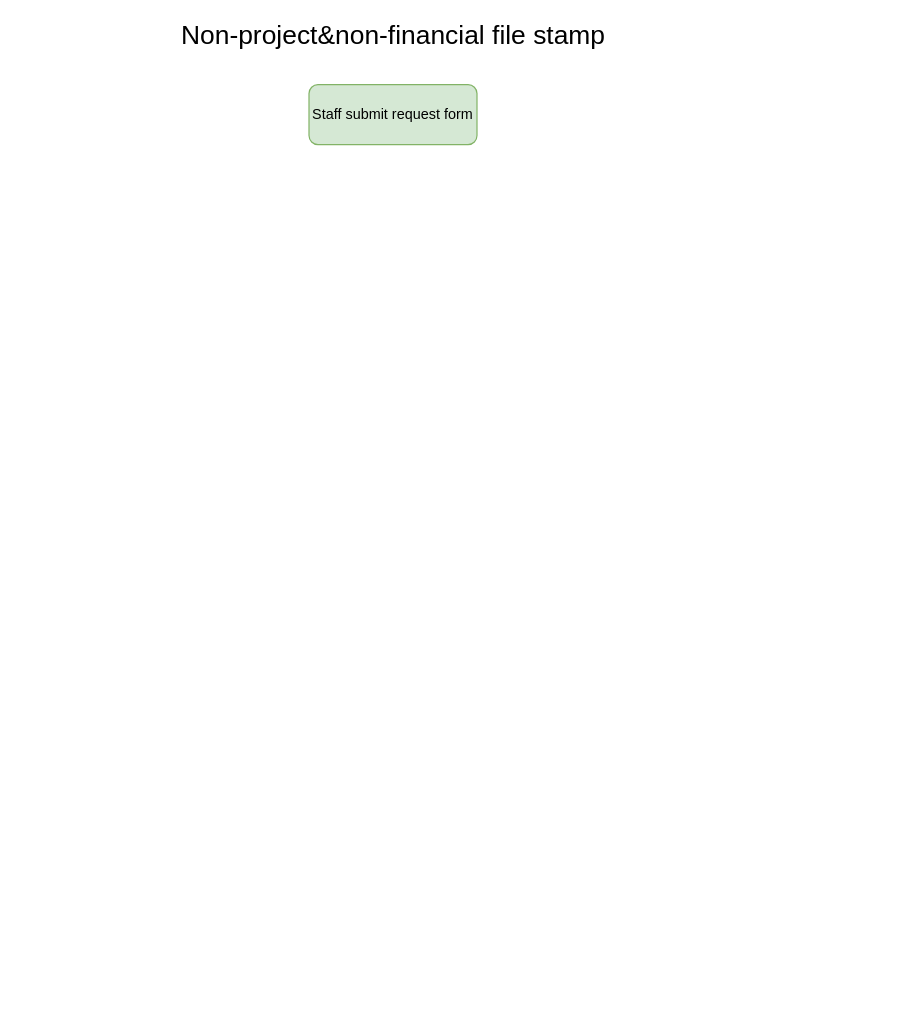
Above: page "Page-2" (2 of 2) of Untitled Diagram.drawio in ruibei/greenpeace_datahub (draw.io), before the change. Source tidied: cells renumbered, new cells numbered last; positions are measured from the earlier drawing's top-left corner, leaving out a move shared by most shapes. Both pictures are drawn from the tidied source at 120%, with x=0, y=0 at pixel (170, 24).
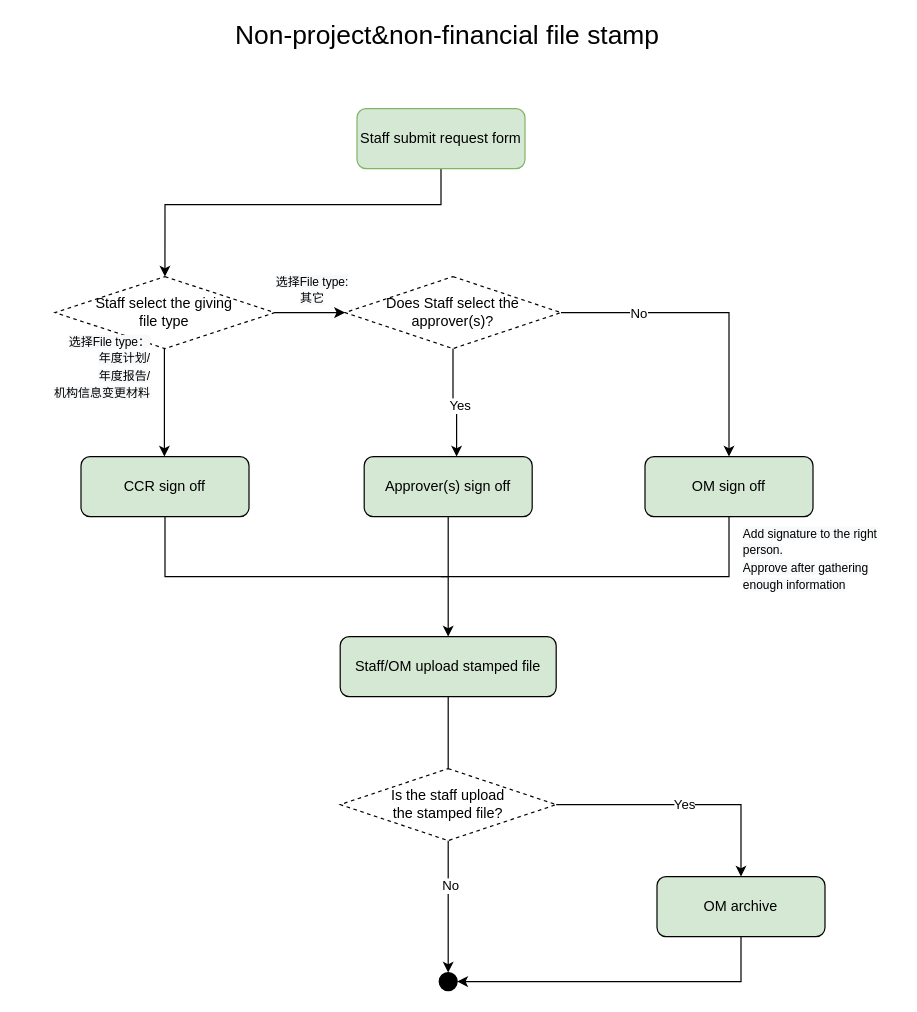
The same page after the edit.

The edit, as a diff of the source:
```diff
@@
+    <mxCell id="4" style="edgeStyle=orthogonalEdgeStyle;rounded=0;jettySize=auto;html=1;exitX=0.5;exitY=1;exitDx=0;exitDy=0;entryX=0.5;entryY=0;entryDx=0;entryDy=0;" parent="1" edge="1" source="2" target="6">
+      <mxGeometry relative="1" as="geometry">
+        <Array as="points">
+          <mxPoint x="225" y="150" />
+          <mxPoint x="-5" y="150" />
+        </Array>
+      </mxGeometry>
+    </mxCell>
-    <mxCell id="2" value="Staff submit request form" style="rounded=1;whiteSpace=wrap;html=1;fillColor=#d5e8d4;strokeColor=#82b366;" parent="1" vertex="1">
-      <mxGeometry x="115" y="50" width="140" height="50" as="geometry" />
+    <mxCell id="2" value="Staff submit request form" style="rounded=1;whiteSpace=wrap;html=1;strokeColor=#82b366;fillColor=#D5E8D4;" parent="1" vertex="1">
+      <mxGeometry x="155" y="70" width="140" height="50" as="geometry" />
     </mxCell>
     <mxCell id="3" value="&lt;font style=&quot;font-size: 22px&quot;&gt;Non-project&amp;amp;non-financial file stamp&lt;/font&gt;" style="text;html=1;align=center;verticalAlign=middle;" parent="1" vertex="1">
-      <mxGeometry width="370" height="20" as="geometry" />
+      <mxGeometry x="45" width="370" height="20" as="geometry" />
     </mxCell>
+    <mxCell id="5" style="edgeStyle=orthogonalEdgeStyle;rounded=0;jettySize=auto;html=1;exitX=1;exitY=0.5;exitDx=0;exitDy=0;entryX=0;entryY=0.5;entryDx=0;entryDy=0;" parent="1" edge="1" source="6" target="15">
+      <mxGeometry relative="1" as="geometry" />
+    </mxCell>
+    <mxCell id="6" value="Staff select the giving&lt;br&gt;file type" style="rhombus;whiteSpace=wrap;html=1;dashed=1;" parent="1" vertex="1">
+      <mxGeometry x="-96.6" y="210" width="183.1" height="60" as="geometry" />
+    </mxCell>
+    <mxCell id="7" style="edgeStyle=orthogonalEdgeStyle;rounded=0;jettySize=auto;html=1;exitX=0.5;exitY=1;exitDx=0;exitDy=0;endArrow=none;endFill=0;" parent="1" edge="1" source="8">
+      <mxGeometry relative="1" as="geometry">
+        <mxPoint x="231" y="460" as="targetPoint" />
+        <Array as="points">
+          <mxPoint x="-5" y="460" />
+          <mxPoint x="231" y="460" />
+        </Array>
+      </mxGeometry>
+    </mxCell>
+    <mxCell id="8" value="CCR sign off" style="rounded=1;whiteSpace=wrap;html=1;fillColor=#D5E8D4;" parent="1" vertex="1">
+      <mxGeometry x="-75" y="360" width="140" height="50" as="geometry" />
+    </mxCell>
+    <mxCell id="9" style="edgeStyle=orthogonalEdgeStyle;rounded=0;jettySize=auto;html=1;entryX=0.5;entryY=0;entryDx=0;entryDy=0;" parent="1" edge="1" source="6">
+      <mxGeometry relative="1" as="geometry">
+        <mxPoint x="-5.5" y="360" as="targetPoint" />
+        <Array as="points">
+          <mxPoint x="-5" y="330" />
+        </Array>
+      </mxGeometry>
+    </mxCell>
+    <mxCell id="10" value="&lt;font style=&quot;color: rgb(0 , 0 , 0) ; font-family: &amp;#34;helvetica&amp;#34; ; font-size: 10px ; font-style: normal ; font-weight: 400 ; letter-spacing: normal ; text-indent: 0px ; text-transform: none ; word-spacing: 0px ; background-color: rgb(248 , 249 , 250)&quot;&gt;&lt;span id=&quot;docs-internal-guid-22205865-7fff-2ee9-adea-ba8428dde3e2&quot;&gt;&lt;span style=&quot;font-family: &amp;#34;arial&amp;#34; ; background-color: transparent ; vertical-align: baseline&quot;&gt;选择File type：&lt;br&gt;年度计划/&lt;br&gt;&lt;/span&gt;&lt;/span&gt;&lt;span id=&quot;docs-internal-guid-65e5a0f3-7fff-025f-27c8-fa48c7ccdabe&quot;&gt;&lt;span style=&quot;font-family: &amp;#34;arial&amp;#34; ; background-color: transparent ; vertical-align: baseline&quot;&gt;年度报告/&lt;br&gt;&lt;/span&gt;&lt;/span&gt;&lt;/font&gt;&lt;span id=&quot;docs-internal-guid-cd5fa783-7fff-c95f-9ea7-04251da108fa&quot; style=&quot;color: rgb(0 , 0 , 0) ; font-family: &amp;#34;helvetica&amp;#34; ; font-size: 10px ; font-style: normal ; font-weight: 400 ; letter-spacing: normal ; text-indent: 0px ; text-transform: none ; word-spacing: 0px ; background-color: rgb(248 , 249 , 250)&quot;&gt;&lt;span style=&quot;font-family: &amp;#34;arial&amp;#34; ; background-color: transparent ; vertical-align: baseline&quot;&gt;机构信息变更材料&lt;/span&gt;&lt;/span&gt;" style="text;whiteSpace=wrap;html=1;align=right;" parent="1" vertex="1">
+      <mxGeometry x="-125" y="250" width="110" height="70" as="geometry" />
+    </mxCell>
+    <mxCell id="11" style="edgeStyle=orthogonalEdgeStyle;rounded=0;jettySize=auto;html=1;exitX=0.5;exitY=1;exitDx=0;exitDy=0;entryX=0.55;entryY=0;entryDx=0;entryDy=0;entryPerimeter=0;" parent="1" edge="1" source="15" target="18">
+      <mxGeometry relative="1" as="geometry" />
+    </mxCell>
+    <mxCell id="12" value="Yes" style="edgeLabel;html=1;align=center;verticalAlign=middle;" parent="11" vertex="1">
+      <mxGeometry x="0.07" y="2" relative="1" as="geometry" />
+    </mxCell>
+    <mxCell id="13" style="edgeStyle=orthogonalEdgeStyle;rounded=0;jettySize=auto;html=1;entryX=0.5;entryY=0;entryDx=0;entryDy=0;" parent="1" edge="1" source="15" target="20">
+      <mxGeometry relative="1" as="geometry" />
+    </mxCell>
+    <mxCell id="14" value="No" style="edgeLabel;html=1;align=center;verticalAlign=middle;" parent="13" vertex="1">
+      <mxGeometry x="-0.51" relative="1" as="geometry" />
+    </mxCell>
+    <mxCell id="15" value="Does Staff select the&lt;br&gt;approver(s)?" style="rhombus;whiteSpace=wrap;html=1;dashed=1;" parent="1" vertex="1">
+      <mxGeometry x="145" y="210" width="180" height="60" as="geometry" />
+    </mxCell>
+    <mxCell id="16" value="&lt;font style=&quot;color: rgb(0 , 0 , 0) ; font-family: &amp;quot;helvetica&amp;quot; ; font-size: 10px ; font-style: normal ; font-weight: 400 ; letter-spacing: normal ; text-indent: 0px ; text-transform: none ; word-spacing: 0px ; background-color: rgb(248 , 249 , 250)&quot;&gt;&lt;span id=&quot;docs-internal-guid-22205865-7fff-2ee9-adea-ba8428dde3e2&quot;&gt;&lt;span style=&quot;font-family: &amp;quot;arial&amp;quot; ; background-color: transparent ; vertical-align: baseline&quot;&gt;选择File type:&lt;br&gt;其它&lt;br&gt;&lt;/span&gt;&lt;/span&gt;&lt;/font&gt;" style="text;whiteSpace=wrap;html=1;align=center;" parent="1" vertex="1">
+      <mxGeometry x="75" y="200" width="86" height="40" as="geometry" />
+    </mxCell>
+    <mxCell id="17" style="edgeStyle=orthogonalEdgeStyle;rounded=0;jettySize=auto;html=1;exitX=0.5;exitY=1;exitDx=0;exitDy=0;entryX=0.5;entryY=0;entryDx=0;entryDy=0;" parent="1" edge="1" source="18" target="22">
+      <mxGeometry relative="1" as="geometry" />
+    </mxCell>
+    <mxCell id="18" value="Approver(s) sign off" style="rounded=1;whiteSpace=wrap;html=1;fillColor=#D5E8D4;" parent="1" vertex="1">
+      <mxGeometry x="161" y="360" width="140" height="50" as="geometry" />
+    </mxCell>
+    <mxCell id="19" style="edgeStyle=orthogonalEdgeStyle;rounded=0;jettySize=auto;html=1;exitX=0.5;exitY=1;exitDx=0;exitDy=0;horizontal=1;endArrow=none;endFill=0;" parent="1" edge="1" source="20">
+      <mxGeometry relative="1" as="geometry">
+        <mxPoint x="225" y="460" as="targetPoint" />
+        <Array as="points">
+          <mxPoint x="465" y="460" />
+          <mxPoint x="225" y="460" />
+        </Array>
+      </mxGeometry>
+    </mxCell>
+    <mxCell id="20" value="OM sign off" style="rounded=1;whiteSpace=wrap;html=1;fillColor=#D5E8D4;" parent="1" vertex="1">
+      <mxGeometry x="395" y="360" width="140" height="50" as="geometry" />
+    </mxCell>
+    <mxCell id="21" style="edgeStyle=orthogonalEdgeStyle;rounded=0;jettySize=auto;html=1;exitX=0.5;exitY=1;exitDx=0;exitDy=0;entryX=0.5;entryY=0;entryDx=0;entryDy=0;endArrow=none;endFill=0;" parent="1" edge="1" source="22" target="26">
+      <mxGeometry relative="1" as="geometry" />
+    </mxCell>
+    <mxCell id="22" value="Staff/OM upload stamped file" style="rounded=1;whiteSpace=wrap;html=1;fillColor=#D5E8D4;" parent="1" vertex="1">
+      <mxGeometry x="141" y="510" width="180" height="50" as="geometry" />
+    </mxCell>
+    <mxCell id="23" style="edgeStyle=orthogonalEdgeStyle;rounded=0;jettySize=auto;html=1;exitX=0.5;exitY=1;exitDx=0;exitDy=0;endArrow=classic;endFill=1;startArrow=none;startFill=0;entryX=0.5;entryY=0;entryDx=0;entryDy=0;" parent="1" edge="1" source="26" target="30">
+      <mxGeometry relative="1" as="geometry" />
+    </mxCell>
+    <mxCell id="24" value="No" style="edgeLabel;html=1;align=center;verticalAlign=middle;" parent="23" vertex="1">
+      <mxGeometry x="-0.33" y="1" relative="1" as="geometry" />
+    </mxCell>
+    <mxCell id="25" value="Yes" style="edgeStyle=orthogonalEdgeStyle;rounded=0;jettySize=auto;html=1;exitX=1;exitY=0.5;exitDx=0;exitDy=0;startArrow=none;startFill=0;endArrow=classic;endFill=1;entryX=0.5;entryY=0;entryDx=0;entryDy=0;entryPerimeter=0;" parent="1" edge="1" source="26" target="29">
+      <mxGeometry relative="1" as="geometry">
+        <Array as="points">
+          <mxPoint x="475" y="650" />
+        </Array>
+      </mxGeometry>
+    </mxCell>
+    <mxCell id="26" value="Is the staff upload &lt;br&gt;the stamped file?" style="rhombus;whiteSpace=wrap;html=1;dashed=1;" parent="1" vertex="1">
+      <mxGeometry x="141" y="620" width="180" height="60" as="geometry" />
+    </mxCell>
+    <mxCell id="27" value="&lt;font style=&quot;color: rgb(0 , 0 , 0) ; font-family: &amp;#34;helvetica&amp;#34; ; font-size: 10px ; font-style: normal ; font-weight: 400 ; letter-spacing: normal ; text-indent: 0px ; text-transform: none ; word-spacing: 0px ; background-color: rgb(248 , 249 , 250)&quot;&gt;&lt;span id=&quot;docs-internal-guid-22205865-7fff-2ee9-adea-ba8428dde3e2&quot;&gt;&lt;span style=&quot;font-family: &amp;#34;arial&amp;#34; ; background-color: transparent ; vertical-align: baseline&quot;&gt;Add signature to the right person. &lt;br&gt;Approve after gathering enough information&lt;br&gt;&lt;/span&gt;&lt;/span&gt;&lt;/font&gt;" style="text;whiteSpace=wrap;html=1;align=left;" parent="1" vertex="1">
+      <mxGeometry x="475" y="410" width="130" height="40" as="geometry" />
+    </mxCell>
+    <mxCell id="28" style="edgeStyle=orthogonalEdgeStyle;rounded=0;jettySize=auto;html=1;exitX=0.5;exitY=1;exitDx=0;exitDy=0;entryX=1;entryY=0.5;entryDx=0;entryDy=0;startArrow=none;startFill=0;endArrow=classic;endFill=1;" parent="1" edge="1" source="29" target="30">
+      <mxGeometry relative="1" as="geometry" />
+    </mxCell>
+    <mxCell id="29" value="OM archive" style="rounded=1;whiteSpace=wrap;html=1;fillColor=#D5E8D4;" parent="1" vertex="1">
+      <mxGeometry x="405" y="710" width="140" height="50" as="geometry" />
+    </mxCell>
+    <mxCell id="30" style="ellipse;whiteSpace=wrap;html=1;align=center;fillColor=#000000;" parent="1" vertex="1">
+      <mxGeometry x="223.5" y="790" width="15" height="15" as="geometry" />
+    </mxCell>
```
